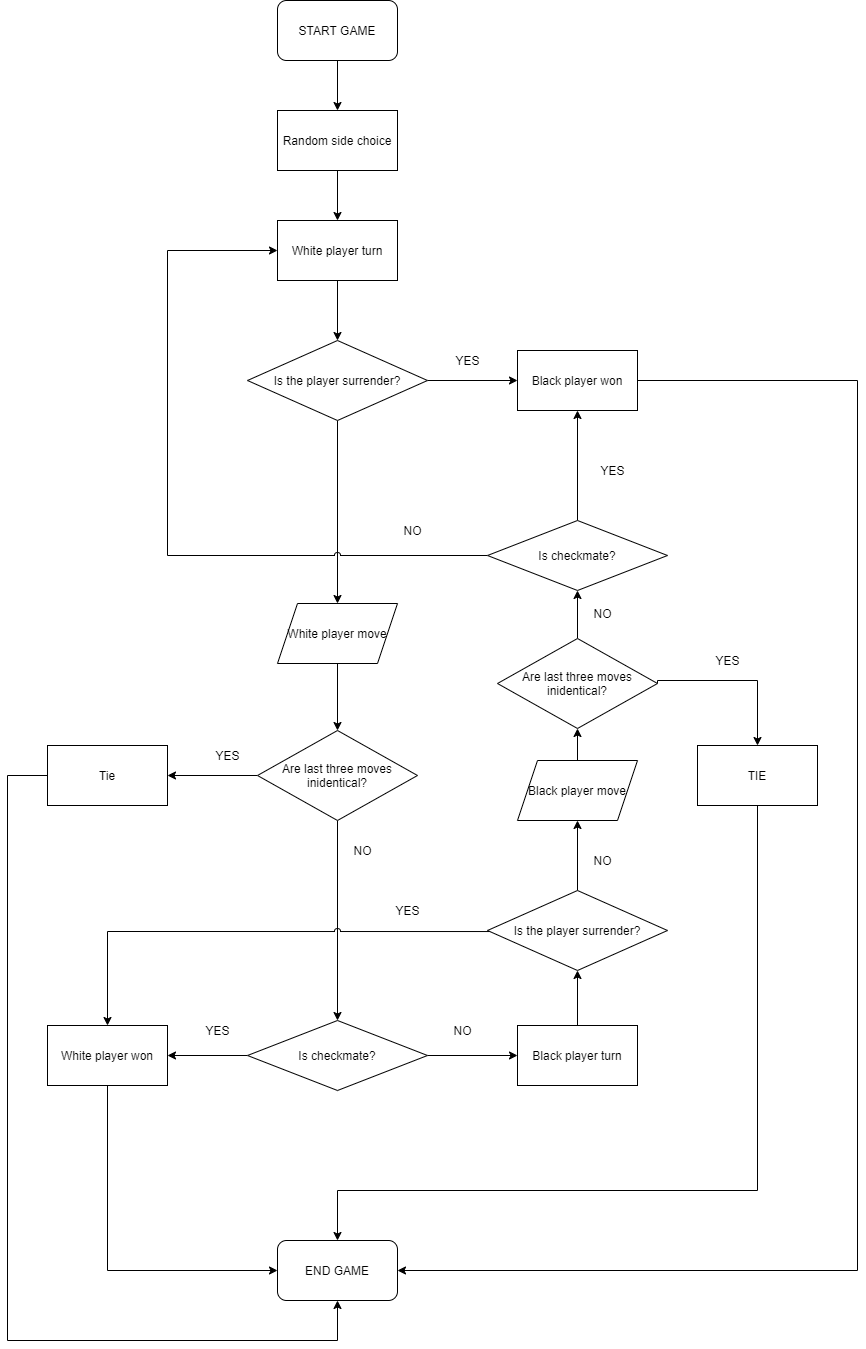
The draw.io diagram chess_flowchart.png in Szymon-Skazinski/CHARTS, before a commit. Source tidied: cells renumbered, new cells last; positions are measured from the earlier drawing's top-left corner, leaving out a move shared by most shapes.
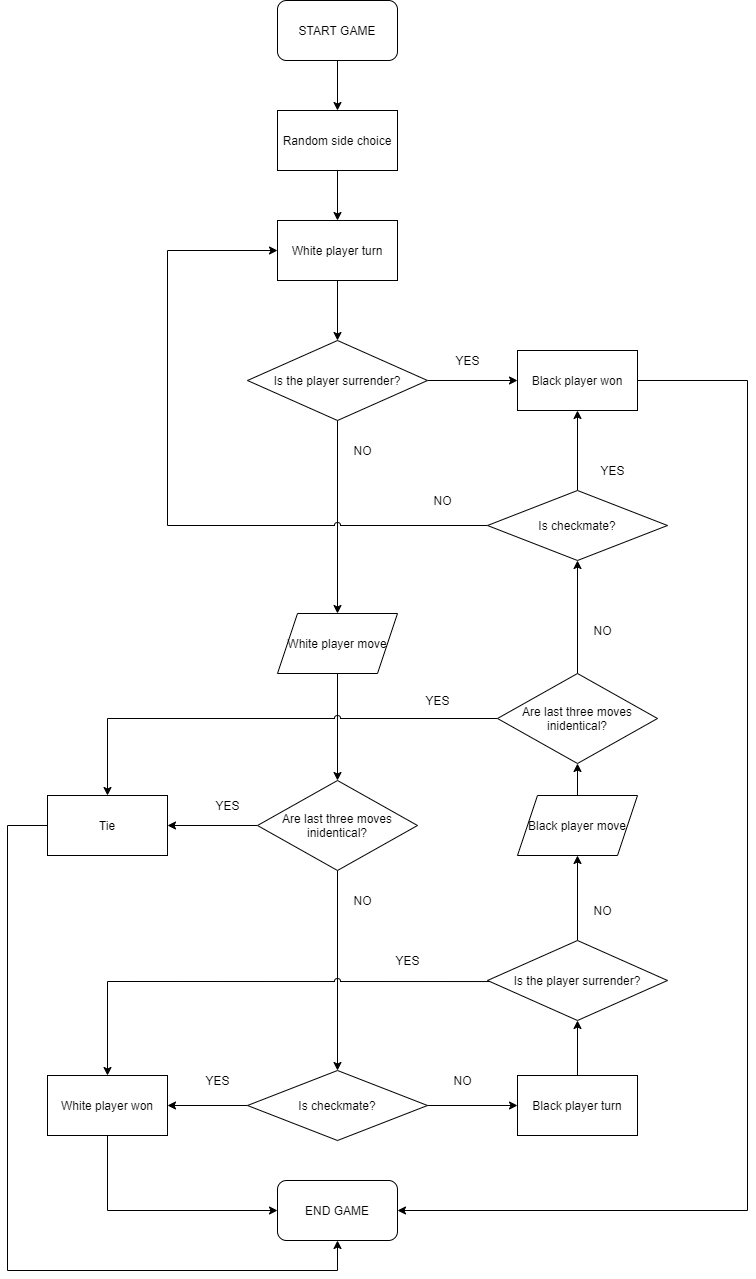
The same diagram one commit later.

Diff of the diagram source:
```diff
@@ -6,31 +6,31 @@
       <mxGeometry relative="1" as="geometry" />
     </mxCell>
     <mxCell id="3" value="&lt;span&gt;START GAME&lt;/span&gt;" style="rounded=1;whiteSpace=wrap;html=1;" parent="1" vertex="1">
-      <mxGeometry x="270" width="120" height="60" as="geometry" />
+      <mxGeometry x="270" y="30" width="120" height="60" as="geometry" />
     </mxCell>
     <mxCell id="4" style="edgeStyle=orthogonalEdgeStyle;rounded=0;sketch=0;jumpStyle=arc;jettySize=auto;html=1;" parent="1" edge="1" source="5" target="6">
       <mxGeometry relative="1" as="geometry" />
     </mxCell>
     <mxCell id="5" value="Random side choice" style="rounded=0;whiteSpace=wrap;html=1;" parent="1" vertex="1">
-      <mxGeometry x="270" y="110" width="120" height="60" as="geometry" />
+      <mxGeometry x="270" y="140" width="120" height="60" as="geometry" />
     </mxCell>
     <mxCell id="6" value="White player turn" style="rounded=0;whiteSpace=wrap;html=1;" parent="1" vertex="1">
-      <mxGeometry x="270" y="220" width="120" height="60" as="geometry" />
+      <mxGeometry x="270" y="250" width="120" height="60" as="geometry" />
     </mxCell>
     <mxCell id="7" style="edgeStyle=orthogonalEdgeStyle;rounded=0;sketch=0;jumpStyle=arc;jettySize=auto;html=1;exitX=0.5;exitY=1;exitDx=0;exitDy=0;" parent="1" edge="1" source="10" target="14">
       <mxGeometry relative="1" as="geometry" />
     </mxCell>
     <mxCell id="8" value="END GAME" style="whiteSpace=wrap;html=1;rounded=1;" parent="1" vertex="1">
-      <mxGeometry x="270" y="1240" width="120" height="60" as="geometry" />
+      <mxGeometry x="270" y="1210" width="120" height="60" as="geometry" />
     </mxCell>
     <mxCell id="9" style="edgeStyle=orthogonalEdgeStyle;rounded=0;sketch=0;jumpStyle=arc;jettySize=auto;html=1;" parent="1" edge="1" source="10" target="23">
       <mxGeometry relative="1" as="geometry" />
     </mxCell>
     <mxCell id="10" value="Are last three moves inidentical?" style="rhombus;whiteSpace=wrap;html=1;rounded=0;" parent="1" vertex="1">
-      <mxGeometry x="250" y="730" width="160" height="90" as="geometry" />
+      <mxGeometry x="250" y="810" width="160" height="90" as="geometry" />
     </mxCell>
     <mxCell id="11" value="NO" style="text;html=1;align=center;verticalAlign=middle;" parent="1" vertex="1">
-      <mxGeometry x="340" y="840" width="30" height="20" as="geometry" />
+      <mxGeometry x="340" y="920" width="30" height="20" as="geometry" />
     </mxCell>
     <mxCell id="12" style="edgeStyle=orthogonalEdgeStyle;rounded=0;sketch=0;jumpStyle=arc;jettySize=auto;html=1;exitX=0;exitY=0.5;exitDx=0;exitDy=0;" parent="1" edge="1" source="14" target="26">
       <mxGeometry relative="1" as="geometry" />
@@ -39,18 +39,18 @@
       <mxGeometry relative="1" as="geometry" />
     </mxCell>
     <mxCell id="14" value="Is checkmate?" style="rhombus;whiteSpace=wrap;html=1;rounded=0;" parent="1" vertex="1">
-      <mxGeometry x="240" y="1020" width="180" height="70" as="geometry" />
+      <mxGeometry x="240" y="1100" width="180" height="70" as="geometry" />
     </mxCell>
-    <mxCell id="15" style="edgeStyle=orthogonalEdgeStyle;rounded=0;sketch=0;jumpStyle=arc;jettySize=auto;html=1;entryX=1;entryY=0.5;entryDx=0;entryDy=0;" parent="1" edge="1" source="16" target="8">
+    <mxCell id="15" style="edgeStyle=orthogonalEdgeStyle;rounded=0;sketch=0;jumpStyle=arc;jettySize=auto;html=1;entryX=1;entryY=0.5;entryDx=0;entryDy=0;exitX=1;exitY=0.5;exitDx=0;exitDy=0;" parent="1" edge="1" source="16" target="8">
       <mxGeometry relative="1" as="geometry">
         <Array as="points">
-          <mxPoint x="850" y="380" />
-          <mxPoint x="850" y="1270" />
+          <mxPoint x="740" y="410" />
+          <mxPoint x="740" y="1240" />
         </Array>
       </mxGeometry>
     </mxCell>
     <mxCell id="16" value="Black player won" style="whiteSpace=wrap;html=1;rounded=0;" parent="1" vertex="1">
-      <mxGeometry x="510" y="350" width="120" height="60" as="geometry" />
+      <mxGeometry x="510" y="380" width="120" height="60" as="geometry" />
     </mxCell>
     <mxCell id="17" style="edgeStyle=orthogonalEdgeStyle;rounded=0;sketch=0;jumpStyle=arc;jettySize=auto;html=1;entryX=0;entryY=0.5;entryDx=0;entryDy=0;" parent="1" edge="1" source="19" target="16">
       <mxGeometry relative="1" as="geometry" />
@@ -59,100 +59,78 @@
       <mxGeometry relative="1" as="geometry" />
     </mxCell>
     <mxCell id="19" value="Is the player surrender?" style="rhombus;whiteSpace=wrap;html=1;rounded=0;" parent="1" vertex="1">
-      <mxGeometry x="240" y="340" width="180" height="80" as="geometry" />
+      <mxGeometry x="240" y="370" width="180" height="80" as="geometry" />
     </mxCell>
     <mxCell id="20" style="edgeStyle=orthogonalEdgeStyle;rounded=0;sketch=0;jumpStyle=arc;jettySize=auto;html=1;exitX=0.5;exitY=1;exitDx=0;exitDy=0;" parent="1" edge="1" source="6" target="19">
       <mxGeometry relative="1" as="geometry" />
     </mxCell>
     <mxCell id="21" value="YES" style="text;html=1;align=center;verticalAlign=middle;" parent="1" vertex="1">
-      <mxGeometry x="440" y="350" width="40" height="20" as="geometry" />
+      <mxGeometry x="440" y="380" width="40" height="20" as="geometry" />
     </mxCell>
-    <mxCell id="22" style="edgeStyle=orthogonalEdgeStyle;rounded=0;sketch=0;jumpStyle=arc;jettySize=auto;html=1;exitX=0;exitY=0.5;exitDx=0;exitDy=0;" parent="1" edge="1" source="23">
+    <mxCell id="22" style="edgeStyle=orthogonalEdgeStyle;rounded=0;sketch=0;jumpStyle=arc;jettySize=auto;html=1;exitX=0;exitY=0.5;exitDx=0;exitDy=0;entryX=0.5;entryY=1;entryDx=0;entryDy=0;" parent="1" edge="1" source="23" target="8">
       <mxGeometry relative="1" as="geometry">
-        <mxPoint x="330" y="1300" as="targetPoint" />
         <Array as="points">
-          <mxPoint y="775" />
-          <mxPoint y="1340" />
-          <mxPoint x="330" y="1340" />
+          <mxPoint y="855" />
+          <mxPoint y="1300" />
+          <mxPoint x="330" y="1300" />
         </Array>
       </mxGeometry>
     </mxCell>
     <mxCell id="23" value="Tie" style="whiteSpace=wrap;html=1;rounded=0;" parent="1" vertex="1">
-      <mxGeometry x="40" y="745" width="120" height="60" as="geometry" />
+      <mxGeometry x="40" y="825" width="120" height="60" as="geometry" />
     </mxCell>
     <mxCell id="24" value="YES" style="text;html=1;align=center;verticalAlign=middle;" parent="1" vertex="1">
-      <mxGeometry x="200" y="745" width="40" height="20" as="geometry" />
+      <mxGeometry x="200" y="825" width="40" height="20" as="geometry" />
     </mxCell>
     <mxCell id="25" style="edgeStyle=orthogonalEdgeStyle;rounded=0;sketch=0;jumpStyle=arc;jettySize=auto;html=1;entryX=0;entryY=0.5;entryDx=0;entryDy=0;" parent="1" edge="1" source="26" target="8">
       <mxGeometry relative="1" as="geometry">
         <Array as="points">
-          <mxPoint x="100" y="1270" />
+          <mxPoint x="100" y="1240" />
         </Array>
       </mxGeometry>
     </mxCell>
     <mxCell id="26" value="White player won" style="whiteSpace=wrap;html=1;rounded=0;" parent="1" vertex="1">
-      <mxGeometry x="40" y="1025" width="120" height="60" as="geometry" />
+      <mxGeometry x="40" y="1105" width="120" height="60" as="geometry" />
     </mxCell>
     <mxCell id="27" value="YES" style="text;html=1;align=center;verticalAlign=middle;" parent="1" vertex="1">
-      <mxGeometry x="190" y="1020" width="40" height="20" as="geometry" />
+      <mxGeometry x="190" y="1100" width="40" height="20" as="geometry" />
     </mxCell>
     <mxCell id="28" style="edgeStyle=orthogonalEdgeStyle;rounded=0;sketch=0;jumpStyle=arc;jettySize=auto;html=1;" parent="1" edge="1" source="29" target="33">
       <mxGeometry relative="1" as="geometry" />
     </mxCell>
     <mxCell id="29" value="Black player turn" style="whiteSpace=wrap;html=1;rounded=0;" parent="1" vertex="1">
-      <mxGeometry x="510" y="1025" width="120" height="60" as="geometry" />
+      <mxGeometry x="510" y="1105" width="120" height="60" as="geometry" />
     </mxCell>
     <mxCell id="30" value="NO" style="text;html=1;align=center;verticalAlign=middle;" parent="1" vertex="1">
-      <mxGeometry x="440" y="1020" width="30" height="20" as="geometry" />
+      <mxGeometry x="440" y="1100" width="30" height="20" as="geometry" />
     </mxCell>
     <mxCell id="31" style="edgeStyle=orthogonalEdgeStyle;rounded=0;sketch=0;jumpStyle=arc;jettySize=auto;html=1;exitX=0.031;exitY=0.513;exitDx=0;exitDy=0;exitPerimeter=0;" parent="1" edge="1" source="33" target="26">
       <mxGeometry relative="1" as="geometry">
         <Array as="points">
-          <mxPoint x="100" y="931" />
+          <mxPoint x="100" y="1011" />
         </Array>
       </mxGeometry>
     </mxCell>
-    <mxCell id="32" style="edgeStyle=orthogonalEdgeStyle;rounded=0;sketch=0;jumpStyle=arc;jettySize=auto;html=1;" parent="1" edge="1" source="33">
-      <mxGeometry relative="1" as="geometry">
-        <mxPoint x="570" y="820" as="targetPoint" />
-      </mxGeometry>
+    <mxCell id="32" style="edgeStyle=orthogonalEdgeStyle;rounded=0;sketch=0;jumpStyle=arc;jettySize=auto;html=1;entryX=0.5;entryY=1;entryDx=0;entryDy=0;" parent="1" edge="1" source="33" target="37">
+      <mxGeometry relative="1" as="geometry" />
     </mxCell>
     <mxCell id="33" value="Is the player surrender?" style="rhombus;whiteSpace=wrap;html=1;rounded=0;" parent="1" vertex="1">
-      <mxGeometry x="480" y="890" width="180" height="80" as="geometry" />
+      <mxGeometry x="480" y="970" width="180" height="80" as="geometry" />
     </mxCell>
     <mxCell id="34" value="NO" style="text;html=1;align=center;verticalAlign=middle;" parent="1" vertex="1">
-      <mxGeometry x="580" y="850" width="30" height="20" as="geometry" />
+      <mxGeometry x="580" y="930" width="30" height="20" as="geometry" />
     </mxCell>
-    <mxCell id="35" style="edgeStyle=orthogonalEdgeStyle;rounded=0;sketch=0;jumpStyle=arc;jettySize=auto;html=1;exitX=1;exitY=0.5;exitDx=0;exitDy=0;entryX=0.5;entryY=0;entryDx=0;entryDy=0;" parent="1" edge="1" source="50" target="39">
-      <mxGeometry relative="1" as="geometry">
-        <Array as="points">
-          <mxPoint x="650" y="680" />
-          <mxPoint x="750" y="680" />
-        </Array>
-      </mxGeometry>
-    </mxCell>
     <mxCell id="36" style="edgeStyle=orthogonalEdgeStyle;rounded=0;sketch=0;jumpStyle=arc;jettySize=auto;html=1;" parent="1" edge="1" source="37" target="50">
       <mxGeometry relative="1" as="geometry" />
     </mxCell>
     <mxCell id="37" value="Black player move" style="shape=parallelogram;perimeter=parallelogramPerimeter;whiteSpace=wrap;html=1;fixedSize=1;rounded=0;" parent="1" vertex="1">
-      <mxGeometry x="510" y="760" width="120" height="60" as="geometry" />
+      <mxGeometry x="510" y="825" width="120" height="60" as="geometry" />
     </mxCell>
-    <mxCell id="38" style="edgeStyle=orthogonalEdgeStyle;rounded=0;sketch=0;jumpStyle=arc;jettySize=auto;html=1;exitX=0.5;exitY=1;exitDx=0;exitDy=0;" parent="1" edge="1" source="39" target="8">
-      <mxGeometry relative="1" as="geometry">
-        <Array as="points">
-          <mxPoint x="750" y="1190" />
-          <mxPoint x="330" y="1190" />
-        </Array>
-      </mxGeometry>
-    </mxCell>
-    <mxCell id="39" value="TIE" style="whiteSpace=wrap;html=1;rounded=0;" parent="1" vertex="1">
-      <mxGeometry x="690" y="745" width="120" height="60" as="geometry" />
-    </mxCell>
     <mxCell id="40" value="YES" style="text;html=1;align=center;verticalAlign=middle;" parent="1" vertex="1">
-      <mxGeometry x="700" y="650" width="40" height="20" as="geometry" />
+      <mxGeometry x="410" y="720" width="40" height="20" as="geometry" />
     </mxCell>
     <mxCell id="41" value="YES" style="text;html=1;align=center;verticalAlign=middle;" parent="1" vertex="1">
-      <mxGeometry x="380" y="900" width="40" height="20" as="geometry" />
+      <mxGeometry x="380" y="980" width="40" height="20" as="geometry" />
     </mxCell>
     <mxCell id="42" style="edgeStyle=orthogonalEdgeStyle;rounded=0;sketch=0;jumpStyle=arc;jettySize=auto;html=1;" parent="1" edge="1" source="44" target="16">
       <mxGeometry relative="1" as="geometry" />
@@ -161,7 +139,7 @@
       <mxGeometry relative="1" as="geometry">
         <Array as="points">
           <mxPoint x="160" y="555" />
-          <mxPoint x="160" y="250" />
+          <mxPoint x="160" y="280" />
         </Array>
       </mxGeometry>
     </mxCell>
@@ -169,25 +147,31 @@
       <mxGeometry x="480" y="520" width="180" height="70" as="geometry" />
     </mxCell>
     <mxCell id="45" value="YES" style="text;html=1;align=center;verticalAlign=middle;" parent="1" vertex="1">
-      <mxGeometry x="585" y="460" width="40" height="20" as="geometry" />
+      <mxGeometry x="585" y="490" width="40" height="20" as="geometry" />
     </mxCell>
     <mxCell id="46" value="NO" style="text;html=1;align=center;verticalAlign=middle;" parent="1" vertex="1">
-      <mxGeometry x="390" y="520" width="30" height="20" as="geometry" />
+      <mxGeometry x="420" y="520" width="30" height="20" as="geometry" />
     </mxCell>
     <mxCell id="47" style="edgeStyle=orthogonalEdgeStyle;rounded=0;sketch=0;jumpStyle=arc;jettySize=auto;html=1;" parent="1" edge="1" source="48" target="10">
       <mxGeometry relative="1" as="geometry" />
     </mxCell>
     <mxCell id="48" value="White player move" style="shape=parallelogram;perimeter=parallelogramPerimeter;whiteSpace=wrap;html=1;fixedSize=1;rounded=0;" parent="1" vertex="1">
-      <mxGeometry x="270" y="603" width="120" height="60" as="geometry" />
+      <mxGeometry x="270" y="643" width="120" height="60" as="geometry" />
     </mxCell>
     <mxCell id="49" style="edgeStyle=orthogonalEdgeStyle;rounded=0;sketch=0;jumpStyle=arc;jettySize=auto;html=1;" parent="1" edge="1" source="50" target="44">
       <mxGeometry relative="1" as="geometry" />
     </mxCell>
+    <mxCell id="52" style="edgeStyle=orthogonalEdgeStyle;rounded=0;sketch=0;jumpStyle=arc;jettySize=auto;html=1;entryX=0.5;entryY=0;entryDx=0;entryDy=0;" parent="1" edge="1" source="50" target="23">
+      <mxGeometry relative="1" as="geometry" />
+    </mxCell>
     <mxCell id="50" value="Are last three moves inidentical?" style="rhombus;whiteSpace=wrap;html=1;rounded=0;" parent="1" vertex="1">
-      <mxGeometry x="490" y="638" width="160" height="90" as="geometry" />
+      <mxGeometry x="490" y="703" width="160" height="90" as="geometry" />
     </mxCell>
     <mxCell id="51" value="NO" style="text;html=1;align=center;verticalAlign=middle;" parent="1" vertex="1">
-      <mxGeometry x="580" y="603" width="30" height="20" as="geometry" />
+      <mxGeometry x="580" y="650" width="30" height="20" as="geometry" />
     </mxCell>
+    <mxCell id="53" value="NO" style="text;html=1;align=center;verticalAlign=middle;" parent="1" vertex="1">
+      <mxGeometry x="340" y="470" width="30" height="20" as="geometry" />
+    </mxCell>
   </root>
 </mxGraphModel>
```
